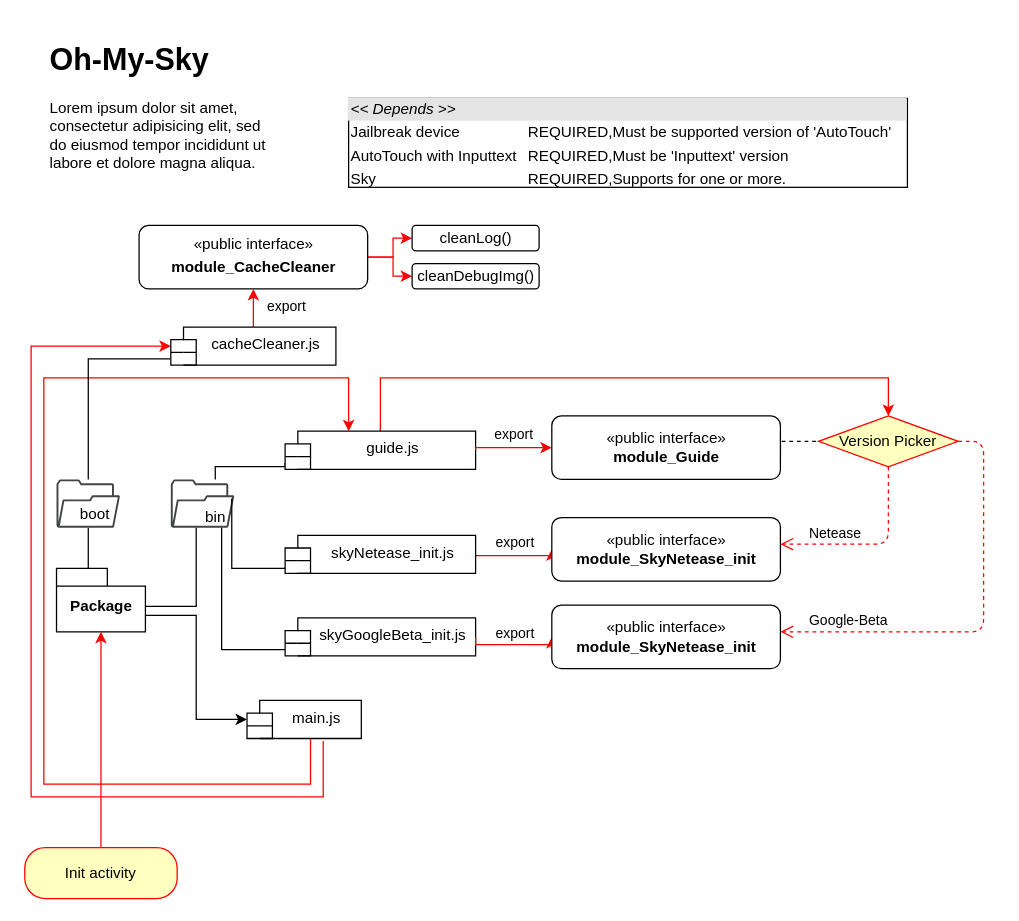
Earlier version of the draw.io diagram Oh-My-Sky Diagram.drawio (creamtea47/Oh-My-Sky). Source tidied: cells renumbered, new cells numbered last; positions are measured from the earlier drawing's top-left corner, leaving out a move shared by most shapes. Both pictures are drawn from the tidied source at 127%, with x=0, y=0 at pixel (24, 34).
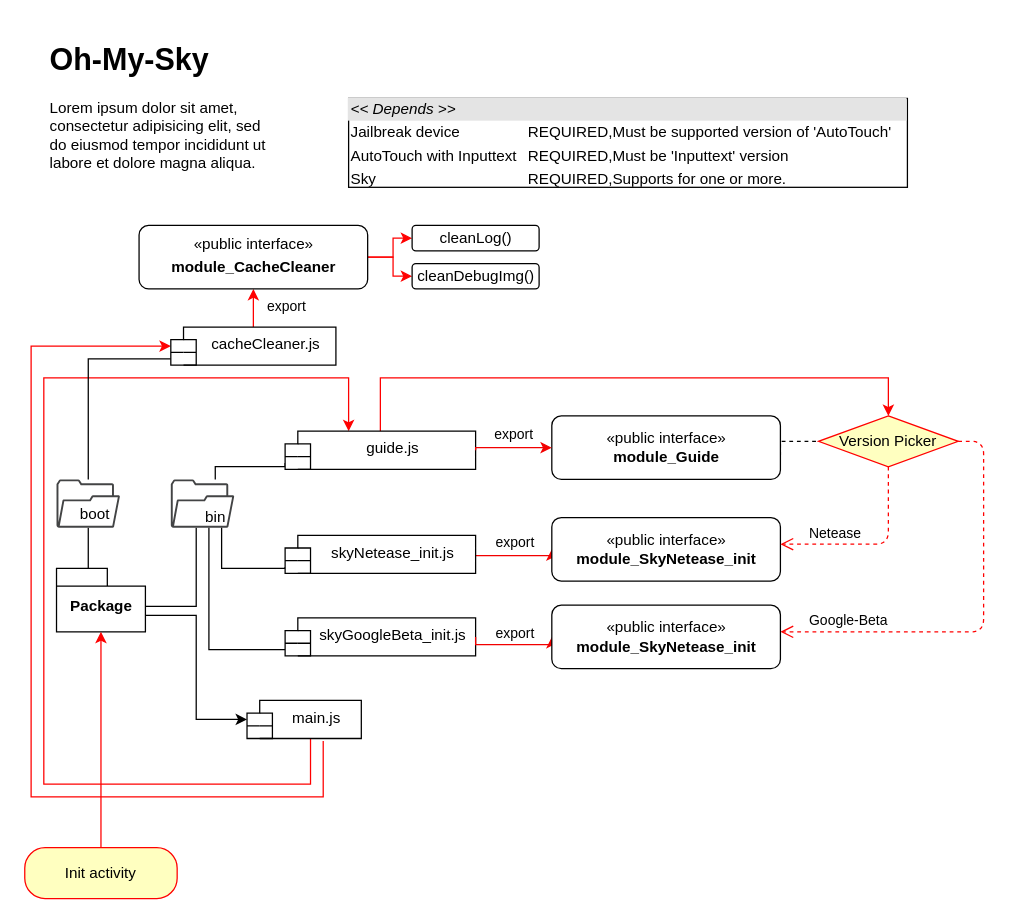
The same page after the edit.

Unchanged cells that the change refers to:
```xml
<mxCell id="8" style="shadow=0;dashed=0;html=1;strokeColor=none;fillColor=#434445;labelPosition=center;verticalLabelPosition=bottom;verticalAlign=top;align=center;outlineConnect=0;shape=mxgraph.vvd.folder;" parent="1" vertex="1">
  <mxGeometry x="115" y="350" width="50" height="38" as="geometry" />
</mxCell>
<mxCell id="15" value="skyNetease_init.js" style="shape=module;align=left;spacingLeft=20;align=center;verticalAlign=top;shadow=0;" parent="1" vertex="1">
  <mxGeometry x="205" y="394" width="150" height="30" as="geometry" />
</mxCell>
<mxCell id="16" value="skyGoogleBeta_init.js" style="shape=module;align=left;spacingLeft=20;align=center;verticalAlign=top;shadow=0;" parent="1" vertex="1">
  <mxGeometry x="205" y="459" width="150" height="30" as="geometry" />
</mxCell>
```

Change to the diagram source:
```diff
@@
     <mxCell id="9" style="edgeStyle=orthogonalEdgeStyle;rounded=0;jettySize=auto;html=1;entryX=0;entryY=0;entryDx=0;entryDy=25;entryPerimeter=0;endArrow=none;endFill=0;" parent="1" edge="1" source="8" target="16">
       <mxGeometry relative="1" as="geometry">
         <Array as="points">
-          <mxPoint x="155" y="484" />
+          <mxPoint x="145" y="484" />
         </Array>
       </mxGeometry>
     </mxCell>
@@
-    <mxCell id="12" style="edgeStyle=orthogonalEdgeStyle;rounded=0;jettySize=auto;html=1;endArrow=none;endFill=0;strokeColor=#000000;entryX=0.96;entryY=0.395;entryDx=0;entryDy=0;entryPerimeter=0;exitX=0;exitY=0;exitDx=0;exitDy=25;exitPerimeter=0;" parent="1" edge="1" source="15" target="8">
+    <mxCell id="12" style="edgeStyle=orthogonalEdgeStyle;rounded=0;jettySize=auto;html=1;endArrow=none;endFill=0;strokeColor=#000000;exitX=0;exitY=0;exitDx=0;exitDy=25;exitPerimeter=0;" parent="1" edge="1" source="15" target="8">
       <mxGeometry relative="1" as="geometry">
         <Array as="points">
           <mxPoint x="205" y="420" />
-          <mxPoint x="163" y="420" />
+          <mxPoint x="155" y="420" />
         </Array>
       </mxGeometry>
     </mxCell>
```
